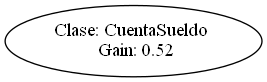
Before: test_output/gain_ratio.png, a diagram exported from Graphviz (AlejandroFNadal/ia_decision_trees). Its source is kept beside it as test_output/gain_ratio.dot.
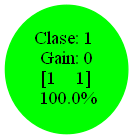
The same file after the commit.

What changed in the source:
```diff
@@ -1,4 +1,6 @@
 digraph {
-	0 [label="Clase: CuentaSueldo
- Gain: 0.52"]
+	0 [label="Clase: 1
+ Gain: 0
+ [1    1]
+ 100.0%" color=green style=filled]
 }
```
